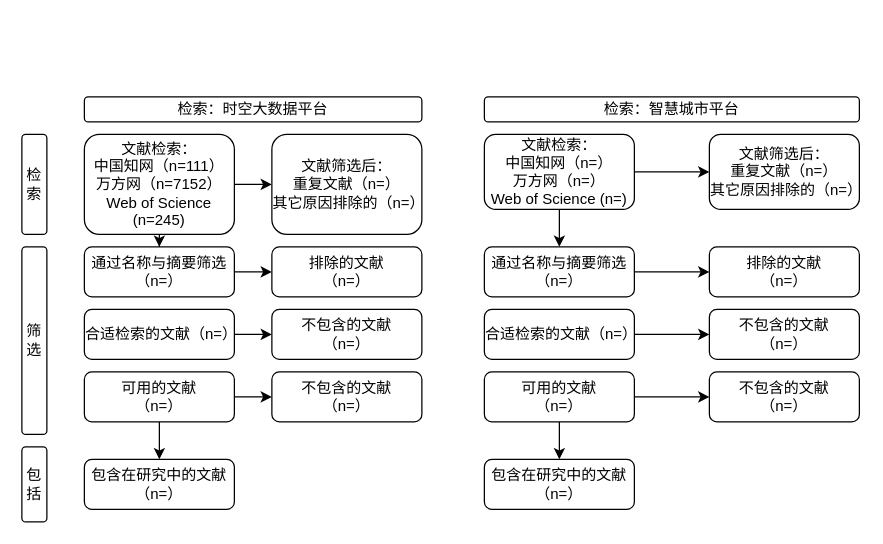
Above: 时空大数据平台研究检索图.drawio in gaochaowyq/MinderGraph (draw.io), before the change. Source tidied: cells renumbered, new cells numbered last; positions are measured from the earlier drawing's top-left corner, leaving out a move shared by most shapes. Both pictures are drawn from the tidied source at 125%, with x=0, y=0 at pixel (21, 96).
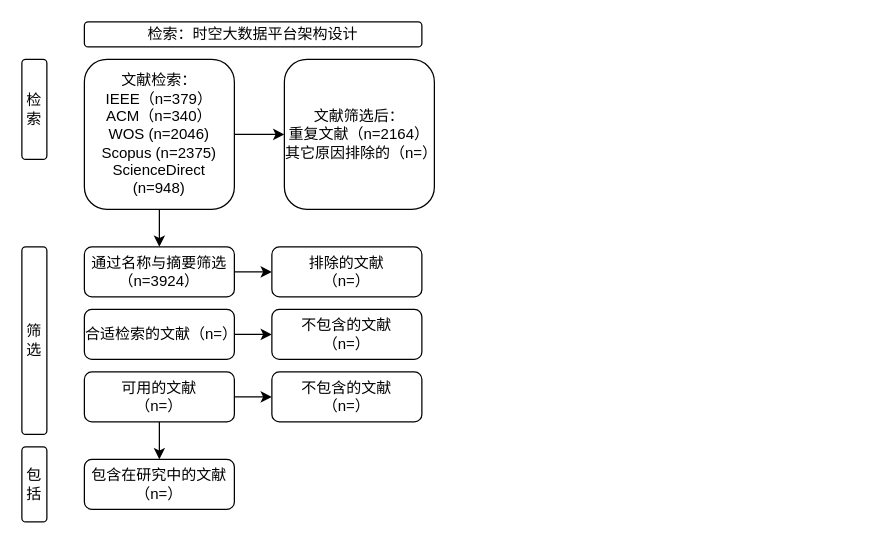
The same diagram, later.

Commit message:
更新时空大数据平台研究检索图.drawio

Diff of the diagram source:
```diff
@@
     <mxCell id="2" value="检索" style="rounded=1;whiteSpace=wrap;html=1;" parent="1" vertex="1">
-      <mxGeometry y="30" width="20" height="80" as="geometry" />
+      <mxGeometry y="-30" width="20" height="80" as="geometry" />
     </mxCell>
@@
-    <mxCell id="5" value="检索：时空大数据平台" style="rounded=1;whiteSpace=wrap;html=1;" parent="1" vertex="1">
-      <mxGeometry x="50" width="270" height="20" as="geometry" />
+    <mxCell id="5" value="检索：时空大数据平台架构设计" style="rounded=1;whiteSpace=wrap;html=1;" parent="1" vertex="1">
+      <mxGeometry x="50" y="-60" width="270" height="20" as="geometry" />
     </mxCell>
-    <mxCell id="6" value="检索：智慧城市平台" style="rounded=1;whiteSpace=wrap;html=1;" parent="1" vertex="1">
-      <mxGeometry x="370" width="300" height="20" as="geometry" />
-    </mxCell>
@@
-    <mxCell id="9" value="文献检索：&lt;br&gt;中国知网（n=111）&lt;br&gt;万方网（n=7152）&lt;br&gt;Web of Science (n=245)" style="rounded=1;whiteSpace=wrap;html=1;" parent="1" vertex="1">
-      <mxGeometry x="50" y="30" width="120" height="80" as="geometry" />
+    <mxCell id="9" value="文献检索：&lt;br&gt;IEEE（n=379）&lt;br&gt;ACM（n=340）&lt;br&gt;&lt;div&gt;WOS (n=2046)&lt;/div&gt;&lt;div&gt;Scopus (n=2375)&lt;/div&gt;&lt;div&gt;ScienceDirect (n=948)&lt;/div&gt;" style="rounded=1;whiteSpace=wrap;html=1;" parent="1" vertex="1">
+      <mxGeometry x="50" y="-30" width="120" height="120" as="geometry" />
     </mxCell>
-    <mxCell id="10" value="文献筛选后：&lt;br&gt;重复文献（n=）&lt;br&gt;其它原因排除的（n=）" style="rounded=1;whiteSpace=wrap;html=1;" parent="1" vertex="1">
-      <mxGeometry x="200" y="30" width="120" height="80" as="geometry" />
+    <mxCell id="10" value="文献筛选后：&lt;br&gt;重复文献（n=2164）&lt;br&gt;其它原因排除的（n=）" style="rounded=1;whiteSpace=wrap;html=1;" parent="1" vertex="1">
+      <mxGeometry x="210" y="-30" width="120" height="120" as="geometry" />
     </mxCell>
@@
-    <mxCell id="12" value="通过名称与摘要筛选（n=）" style="rounded=1;whiteSpace=wrap;html=1;" parent="1" vertex="1">
+    <mxCell id="12" value="通过名称与摘要筛选（n=3924）" style="rounded=1;whiteSpace=wrap;html=1;" parent="1" vertex="1">
       <mxGeometry x="50" y="120" width="120" height="40" as="geometry" />
     </mxCell>
@@
-    <mxCell id="22" style="edgeStyle=orthogonalEdgeStyle;rounded=0;jettySize=auto;html=1;" parent="1" edge="1" source="24" target="25">
-      <mxGeometry relative="1" as="geometry" />
-    </mxCell>
-    <mxCell id="23" style="edgeStyle=orthogonalEdgeStyle;rounded=0;jettySize=auto;html=1;" parent="1" edge="1" source="24" target="27">
-      <mxGeometry relative="1" as="geometry" />
-    </mxCell>
-    <mxCell id="24" value="文献检索：&lt;br&gt;中国知网（n=）&lt;br&gt;万方网（n=）&lt;br&gt;Web of Science (n=)" style="rounded=1;whiteSpace=wrap;html=1;" parent="1" vertex="1">
-      <mxGeometry x="370" y="30" width="120" height="60" as="geometry" />
-    </mxCell>
-    <mxCell id="25" value="文献筛选后：&lt;br&gt;重复文献（n=）&lt;br&gt;其它原因排除的（n=）" style="rounded=1;whiteSpace=wrap;html=1;" parent="1" vertex="1">
-      <mxGeometry x="550" y="30" width="120" height="60" as="geometry" />
-    </mxCell>
-    <mxCell id="26" style="edgeStyle=orthogonalEdgeStyle;rounded=0;jettySize=auto;html=1;" parent="1" edge="1" source="27" target="34">
-      <mxGeometry relative="1" as="geometry" />
-    </mxCell>
-    <mxCell id="27" value="通过名称与摘要筛选（n=）" style="rounded=1;whiteSpace=wrap;html=1;" parent="1" vertex="1">
-      <mxGeometry x="370" y="120" width="120" height="40" as="geometry" />
-    </mxCell>
-    <mxCell id="28" style="edgeStyle=orthogonalEdgeStyle;rounded=0;jettySize=auto;html=1;" parent="1" edge="1" source="29" target="35">
-      <mxGeometry relative="1" as="geometry" />
-    </mxCell>
-    <mxCell id="29" value="合适检索的文献（n=）" style="rounded=1;whiteSpace=wrap;html=1;" parent="1" vertex="1">
-      <mxGeometry x="370" y="170" width="120" height="40" as="geometry" />
-    </mxCell>
-    <mxCell id="30" style="edgeStyle=orthogonalEdgeStyle;rounded=0;jettySize=auto;html=1;" parent="1" edge="1" source="32" target="36">
-      <mxGeometry relative="1" as="geometry" />
-    </mxCell>
-    <mxCell id="31" style="edgeStyle=orthogonalEdgeStyle;rounded=0;jettySize=auto;html=1;" parent="1" edge="1" source="32" target="33">
-      <mxGeometry relative="1" as="geometry" />
-    </mxCell>
-    <mxCell id="32" value="可用的文献&lt;br&gt;（n=）" style="rounded=1;whiteSpace=wrap;html=1;" parent="1" vertex="1">
-      <mxGeometry x="370" y="220" width="120" height="40" as="geometry" />
-    </mxCell>
-    <mxCell id="33" value="包含在研究中的文献&lt;br&gt;（n=）" style="rounded=1;whiteSpace=wrap;html=1;" parent="1" vertex="1">
-      <mxGeometry x="370" y="290" width="120" height="40" as="geometry" />
-    </mxCell>
-    <mxCell id="34" value="排除的文献&lt;br&gt;（n=）" style="rounded=1;whiteSpace=wrap;html=1;" parent="1" vertex="1">
-      <mxGeometry x="550" y="120" width="120" height="40" as="geometry" />
-    </mxCell>
-    <mxCell id="35" value="不包含的文献&lt;br&gt;（n=）" style="rounded=1;whiteSpace=wrap;html=1;" parent="1" vertex="1">
-      <mxGeometry x="550" y="170" width="120" height="40" as="geometry" />
-    </mxCell>
-    <mxCell id="36" value="不包含的文献&lt;br&gt;（n=）" style="rounded=1;whiteSpace=wrap;html=1;" parent="1" vertex="1">
-      <mxGeometry x="550" y="220" width="120" height="40" as="geometry" />
-    </mxCell>
```
